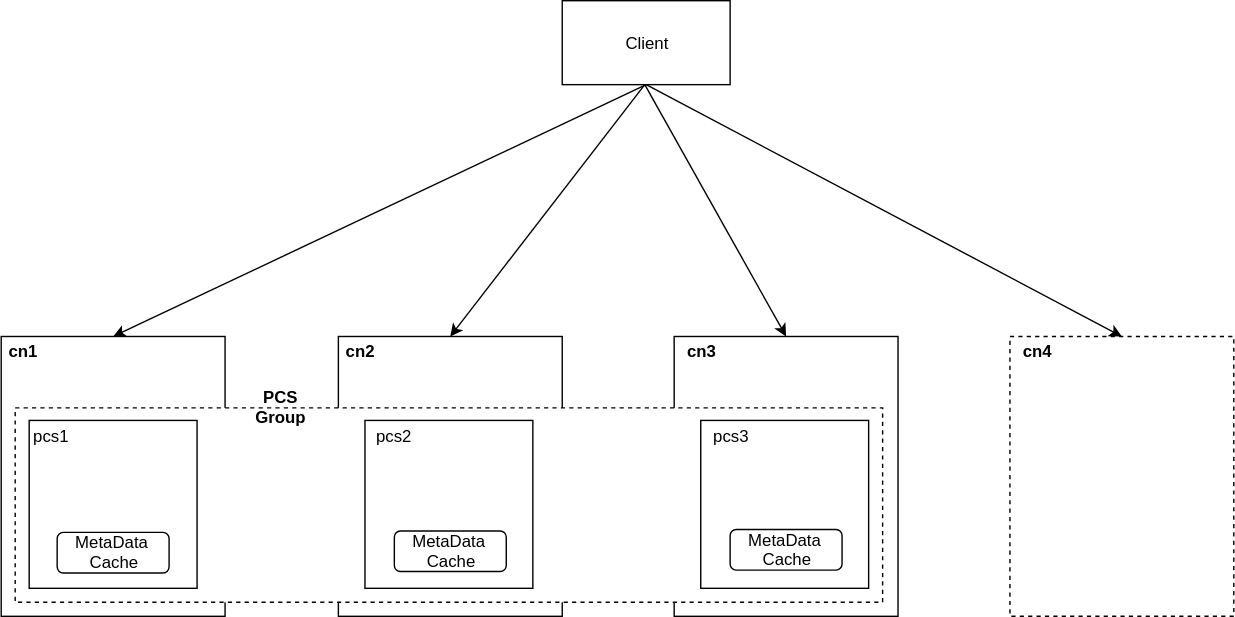
simbahebinbo/smallfat.github.io keeps this draw.io diagram as attachments/1671089515758.drawio.svg. Above is the earlier version. Source tidied: cells renumbered, new cells last; positions are measured from the earlier drawing's top-left corner, leaving out a move shared by most shapes. Source of this version:
```xml
<mxGraphModel>
  <root>
    <mxCell id="0" />
    <mxCell id="1" parent="0" />
    <mxCell id="2" style="whiteSpace=wrap;html=1;" parent="1" vertex="1">
      <mxGeometry x="241" y="240" width="160" height="200" as="geometry" />
    </mxCell>
    <mxCell id="3" style="whiteSpace=wrap;html=1;" parent="1" vertex="1">
      <mxGeometry x="481" y="240" width="160" height="200" as="geometry" />
    </mxCell>
    <mxCell id="4" style="whiteSpace=wrap;html=1;" parent="1" vertex="1">
      <mxGeometry y="240" width="160" height="200" as="geometry" />
    </mxCell>
    <mxCell id="5" style="rounded=0;whiteSpace=wrap;html=1;fillColor=#FFFFFF;dashed=1;" parent="1" vertex="1">
      <mxGeometry x="10" y="291" width="620" height="139" as="geometry" />
    </mxCell>
    <mxCell id="6" value="cn1" style="text;html=1;strokeColor=none;fillColor=none;align=center;verticalAlign=middle;whiteSpace=wrap;rounded=0;fontStyle=1;" parent="1" vertex="1">
      <mxGeometry y="240" width="31" height="20" as="geometry" />
    </mxCell>
    <mxCell id="7" style="whiteSpace=wrap;html=1;" parent="1" vertex="1">
      <mxGeometry x="20" y="300" width="120" height="120" as="geometry" />
    </mxCell>
    <mxCell id="8" value="pcs1" style="text;html=1;strokeColor=none;fillColor=none;align=center;verticalAlign=middle;whiteSpace=wrap;rounded=0;dashed=1;" parent="1" vertex="1">
      <mxGeometry x="15" y="301" width="40" height="20" as="geometry" />
    </mxCell>
    <mxCell id="9" value="MetaData&amp;nbsp;&lt;br&gt;Cache" style="rounded=1;whiteSpace=wrap;html=1;" parent="1" vertex="1">
      <mxGeometry x="40" y="380" width="80" height="29" as="geometry" />
    </mxCell>
    <mxCell id="10" value="cn2" style="text;html=1;strokeColor=none;fillColor=none;align=center;verticalAlign=middle;whiteSpace=wrap;rounded=0;fontStyle=1;" parent="1" vertex="1">
      <mxGeometry x="241" y="240" width="31" height="20" as="geometry" />
    </mxCell>
    <mxCell id="11" style="whiteSpace=wrap;html=1;" parent="1" vertex="1">
      <mxGeometry x="260" y="300" width="120" height="120" as="geometry" />
    </mxCell>
    <mxCell id="12" value="pcs2" style="text;html=1;strokeColor=none;fillColor=none;align=center;verticalAlign=middle;whiteSpace=wrap;rounded=0;dashed=1;" parent="1" vertex="1">
      <mxGeometry x="260" y="301" width="40" height="20" as="geometry" />
    </mxCell>
    <mxCell id="13" value="MetaData&amp;nbsp;&lt;br&gt;Cache" style="rounded=1;whiteSpace=wrap;html=1;" parent="1" vertex="1">
      <mxGeometry x="281" y="379" width="80" height="29" as="geometry" />
    </mxCell>
    <mxCell id="14" value="cn3" style="text;html=1;strokeColor=none;fillColor=none;align=center;verticalAlign=middle;whiteSpace=wrap;rounded=0;fontStyle=1;" parent="1" vertex="1">
      <mxGeometry x="481" y="240" width="39" height="20" as="geometry" />
    </mxCell>
    <mxCell id="15" style="whiteSpace=wrap;html=1;" parent="1" vertex="1">
      <mxGeometry x="500" y="300" width="120" height="120" as="geometry" />
    </mxCell>
    <mxCell id="16" value="pcs3" style="text;html=1;strokeColor=none;fillColor=none;align=center;verticalAlign=middle;whiteSpace=wrap;rounded=0;dashed=1;" parent="1" vertex="1">
      <mxGeometry x="501" y="301" width="40" height="20" as="geometry" />
    </mxCell>
    <mxCell id="17" value="MetaData&amp;nbsp;&lt;br&gt;Cache" style="rounded=1;whiteSpace=wrap;html=1;" parent="1" vertex="1">
      <mxGeometry x="521" y="378" width="80" height="29" as="geometry" />
    </mxCell>
    <mxCell id="18" style="whiteSpace=wrap;html=1;dashed=1;" parent="1" vertex="1">
      <mxGeometry x="721" y="240" width="160" height="200" as="geometry" />
    </mxCell>
    <mxCell id="19" value="cn4" style="text;html=1;strokeColor=none;fillColor=none;align=center;verticalAlign=middle;whiteSpace=wrap;rounded=0;fontStyle=1;" parent="1" vertex="1">
      <mxGeometry x="721" y="240" width="39" height="20" as="geometry" />
    </mxCell>
    <mxCell id="20" value="Client" style="rounded=0;whiteSpace=wrap;html=1;fillColor=#FFFFFF;" parent="1" vertex="1">
      <mxGeometry x="401" width="120" height="60" as="geometry" />
    </mxCell>
    <mxCell id="21" style="endArrow=classic;html=1;exitX=0.5;exitY=1;exitDx=0;exitDy=0;entryX=0.5;entryY=0;entryDx=0;entryDy=0;" parent="1" edge="1" source="20" target="4">
      <mxGeometry relative="1" as="geometry" />
    </mxCell>
    <mxCell id="22" style="endArrow=classic;html=1;entryX=0.5;entryY=0;entryDx=0;entryDy=0;" parent="1" edge="1" target="2">
      <mxGeometry relative="1" as="geometry">
        <mxPoint x="460" y="60" as="sourcePoint" />
      </mxGeometry>
    </mxCell>
    <mxCell id="23" style="endArrow=classic;html=1;entryX=0.5;entryY=0;entryDx=0;entryDy=0;" parent="1" edge="1" target="3">
      <mxGeometry relative="1" as="geometry">
        <mxPoint x="460" y="60" as="sourcePoint" />
      </mxGeometry>
    </mxCell>
    <mxCell id="24" style="endArrow=classic;html=1;exitX=0.5;exitY=1;exitDx=0;exitDy=0;entryX=0.5;entryY=0;entryDx=0;entryDy=0;" parent="1" edge="1" source="20" target="18">
      <mxGeometry relative="1" as="geometry" />
    </mxCell>
    <mxCell id="25" value="PCS Group" style="text;html=1;strokeColor=none;fillColor=none;align=center;verticalAlign=middle;whiteSpace=wrap;rounded=0;fontStyle=1;" parent="1" vertex="1">
      <mxGeometry x="180" y="280" width="40" height="20" as="geometry" />
    </mxCell>
  </root>
</mxGraphModel>
```
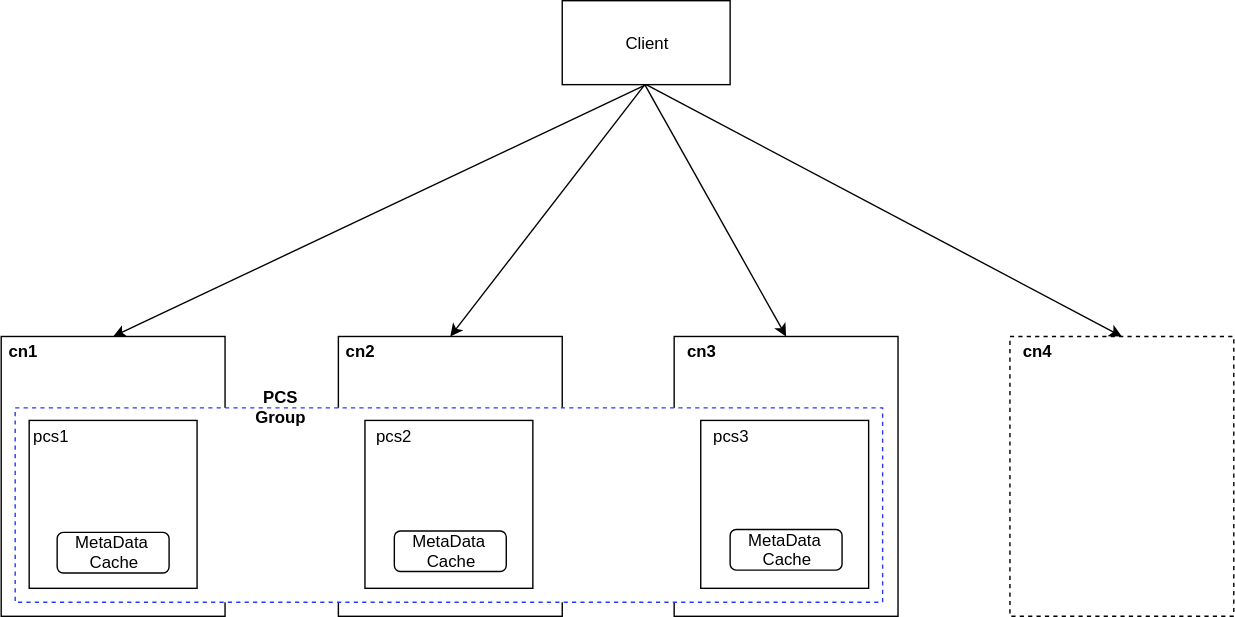
Above is the later version.

Commit message:
添加附件 : attachments/1671089515758.drawio.svg

Diff of the diagram source:
```diff
@@ -11,7 +11,7 @@
     <mxCell id="4" style="whiteSpace=wrap;html=1;" parent="1" vertex="1">
       <mxGeometry y="240" width="160" height="200" as="geometry" />
     </mxCell>
-    <mxCell id="5" style="rounded=0;whiteSpace=wrap;html=1;fillColor=#FFFFFF;dashed=1;" parent="1" vertex="1">
+    <mxCell id="5" style="rounded=0;whiteSpace=wrap;html=1;fillColor=#FFFFFF;dashed=1;strokeColor=#243AFF;" parent="1" vertex="1">
       <mxGeometry x="10" y="291" width="620" height="139" as="geometry" />
     </mxCell>
     <mxCell id="6" value="cn1" style="text;html=1;strokeColor=none;fillColor=none;align=center;verticalAlign=middle;whiteSpace=wrap;rounded=0;fontStyle=1;" parent="1" vertex="1">
```
